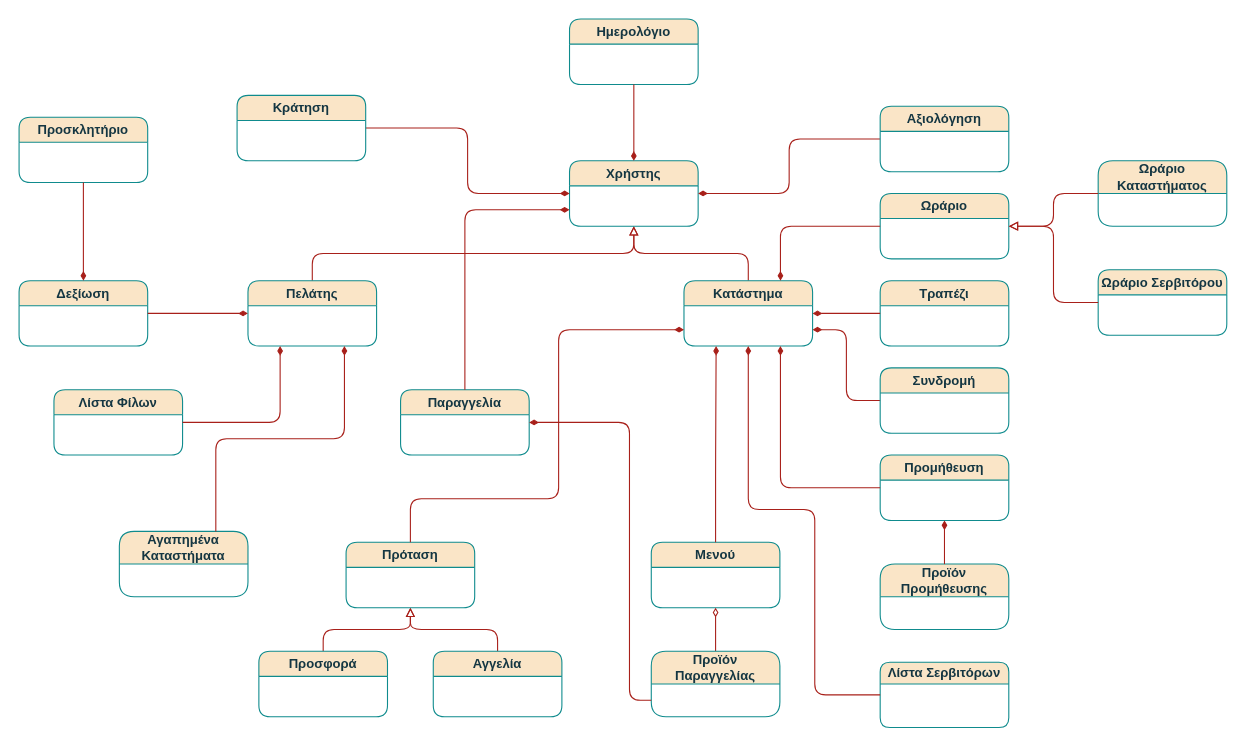
Earlier version of the draw.io diagram documents/contributions/Reasy.drawio (Mpooks/reasy). Source tidied: cells renumbered, new cells numbered last; positions are measured from the earlier drawing's top-left corner, leaving out a move shared by most shapes. Both pictures are drawn from the tidied source at 109%, with x=0, y=0 at pixel (19, 19).
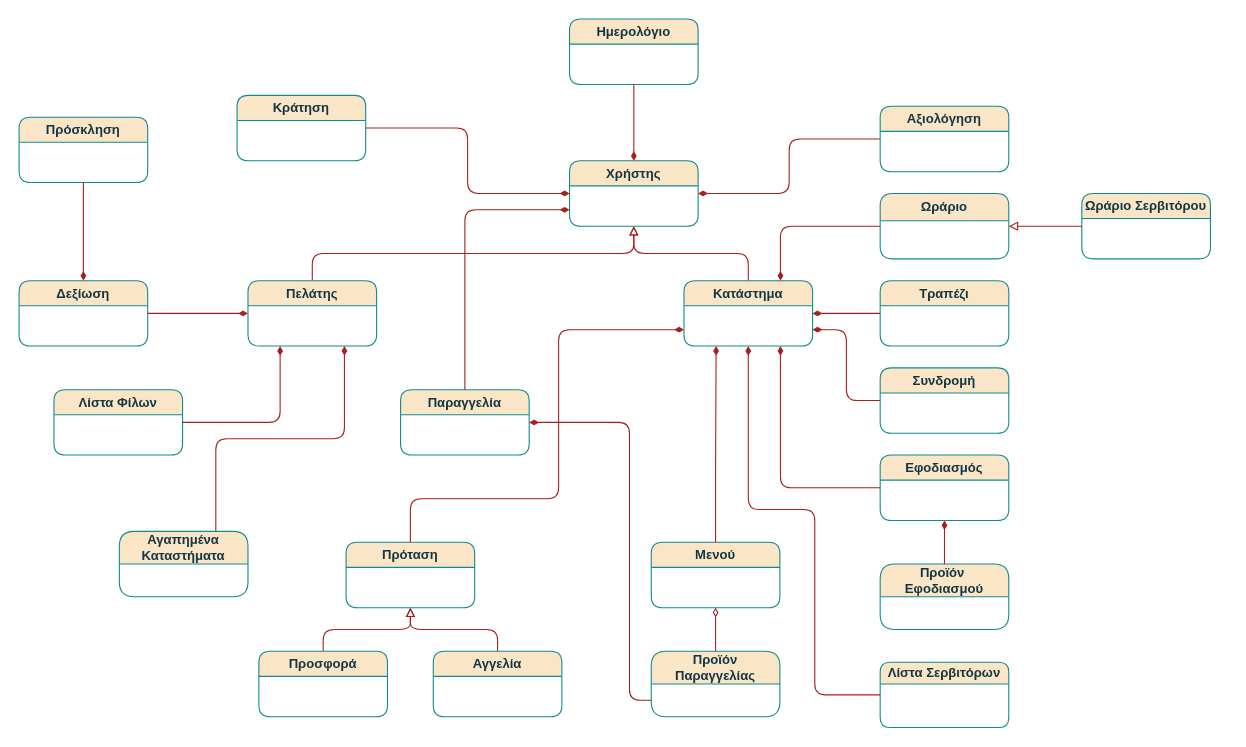
The same diagram, later.

Commit message (it also covers changes not shown here):
Domain model v2

Diff of the diagram source:
```diff
@@
-    <mxCell id="15" value="Ωράριο" style="swimlane;whiteSpace=wrap;html=1;labelBackgroundColor=none;rounded=1;fillColor=#FAE5C7;strokeColor=#0F8B8D;fontColor=#143642;" parent="1" vertex="1">
+    <mxCell id="15" value="Ωράριο" style="swimlane;whiteSpace=wrap;html=1;labelBackgroundColor=none;rounded=1;fillColor=#FAE5C7;strokeColor=#0F8B8D;fontColor=#143642;startSize=25;" parent="1" vertex="1">
       <mxGeometry x="790" y="160" width="118" height="60" as="geometry" />
     </mxCell>
@@
-    <mxCell id="36" value="Προμήθευση" style="swimlane;whiteSpace=wrap;html=1;labelBackgroundColor=none;rounded=1;fillColor=#FAE5C7;strokeColor=#0F8B8D;fontColor=#143642;startSize=23;" parent="1" vertex="1">
+    <mxCell id="36" value="Εφοδιασμός" style="swimlane;whiteSpace=wrap;html=1;labelBackgroundColor=none;rounded=1;fillColor=#FAE5C7;strokeColor=#0F8B8D;fontColor=#143642;startSize=23;" parent="1" vertex="1">
       <mxGeometry x="790" y="400" width="118" height="60" as="geometry" />
     </mxCell>
@@
-    <mxCell id="39" value="Προϊόν Προμήθευσης" style="swimlane;whiteSpace=wrap;html=1;labelBackgroundColor=none;rounded=1;fillColor=#FAE5C7;strokeColor=#0F8B8D;fontColor=#143642;startSize=30;" parent="1" vertex="1">
+    <mxCell id="39" value="Προϊόν&amp;nbsp; Εφοδιασμού" style="swimlane;whiteSpace=wrap;html=1;labelBackgroundColor=none;rounded=1;fillColor=#FAE5C7;strokeColor=#0F8B8D;fontColor=#143642;startSize=30;" parent="1" vertex="1">
       <mxGeometry x="790" y="500" width="118" height="60" as="geometry" />
     </mxCell>
@@
-    <mxCell id="42" value="Προσκλητήριο" style="swimlane;whiteSpace=wrap;html=1;labelBackgroundColor=none;rounded=1;fillColor=#FAE5C7;strokeColor=#0F8B8D;fontColor=#143642;startSize=23;" parent="1" vertex="1">
+    <mxCell id="42" value="Πρόσκληση" style="swimlane;whiteSpace=wrap;html=1;labelBackgroundColor=none;rounded=1;fillColor=#FAE5C7;strokeColor=#0F8B8D;fontColor=#143642;startSize=23;" parent="1" vertex="1">
       <mxGeometry y="90" width="118" height="60" as="geometry" />
     </mxCell>
@@
-    <mxCell id="44" value="Ωράριο Καταστήματος" style="swimlane;whiteSpace=wrap;html=1;labelBackgroundColor=none;rounded=1;fillColor=#FAE5C7;strokeColor=#0F8B8D;fontColor=#143642;startSize=30;" parent="1" vertex="1">
-      <mxGeometry x="990" y="130" width="118" height="60" as="geometry" />
-    </mxCell>
     <mxCell id="45" value="Ωράριο Σερβιτόρου" style="swimlane;whiteSpace=wrap;html=1;labelBackgroundColor=none;rounded=1;fillColor=#FAE5C7;strokeColor=#0F8B8D;fontColor=#143642;" parent="1" vertex="1">
-      <mxGeometry x="990" y="230" width="118" height="60" as="geometry" />
+      <mxGeometry x="975" y="160" width="118" height="60" as="geometry" />
     </mxCell>
@@
-    <mxCell id="47" style="edgeStyle=orthogonalEdgeStyle;rounded=1;jettySize=auto;html=1;exitX=0;exitY=0.5;exitDx=0;exitDy=0;fontColor=default;endArrow=block;endFill=0;labelBackgroundColor=none;strokeColor=#A8201A;entryX=1;entryY=0.5;entryDx=0;entryDy=0;" parent="1" edge="1" source="44" target="15">
-      <mxGeometry relative="1" as="geometry" />
-    </mxCell>
```
